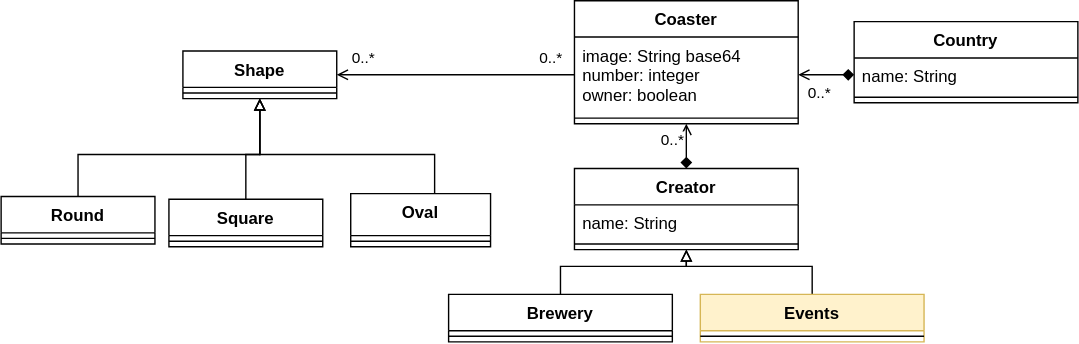
Above: src/content/docs/blog/img/posts/2021-05-15-connecting-meta-models/extended-coaster-model.drawio.svg in moosetechnology/moosetechnology.github.io (draw.io), before the change. Source tidied: cells renumbered, new cells last; positions are measured from the earlier drawing's top-left corner, leaving out a move shared by most shapes.
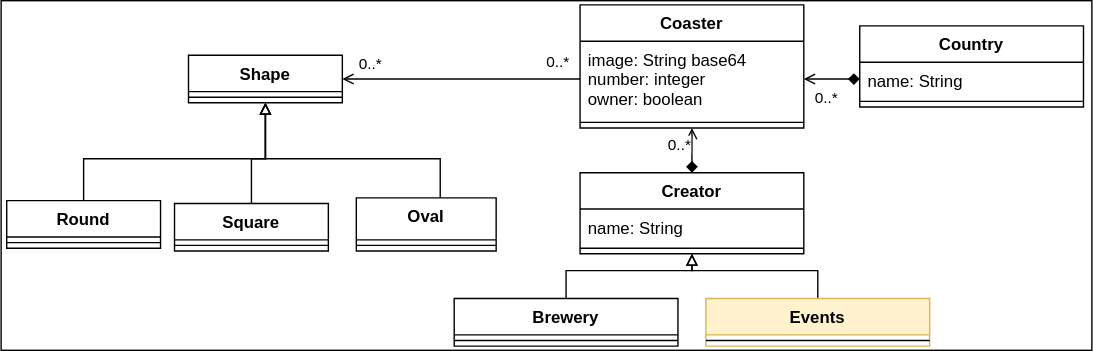
Later version of the same file.

Change to the diagram source:
```diff
@@ -2,6 +2,9 @@
   <root>
     <mxCell id="0" />
     <mxCell id="1" parent="0" />
+    <mxCell id="35" style="rounded=0;whiteSpace=wrap;html=1;" parent="1" vertex="1">
+      <mxGeometry x="-4" y="-3" width="780" height="250" as="geometry" />
+    </mxCell>
     <mxCell id="2" value="Shape" style="swimlane;fontStyle=1;align=center;verticalAlign=top;horizontal=1;startSize=26;" parent="1" vertex="1">
       <mxGeometry x="130" y="36" width="110" height="34" as="geometry" />
     </mxCell>
```
